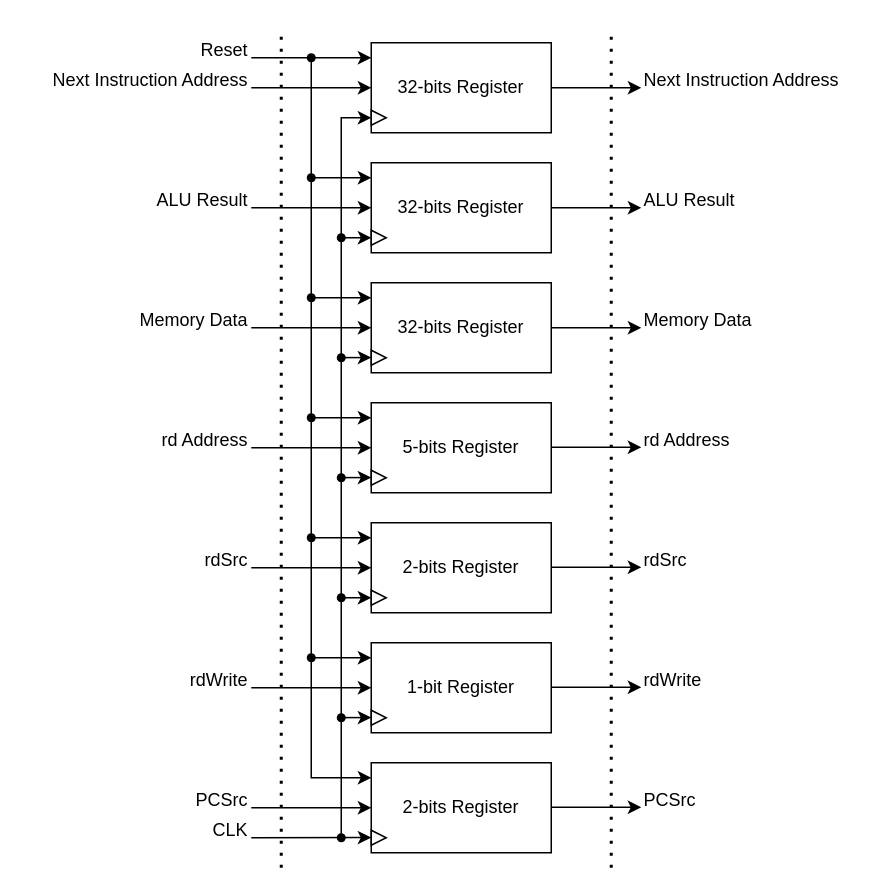
Above: page "MEM/WB Interstage Registers" (9 of 9) of docs/imgs/hardware_design/Component.drawio in WachirawichN/C0-CPU (draw.io), before the change. Source tidied: cells renumbered, new cells numbered last; positions are measured from the earlier drawing's top-left corner, leaving out a move shared by most shapes. Both pictures are drawn from the tidied source at 150%, with x=0, y=0 at pixel (26, 27).
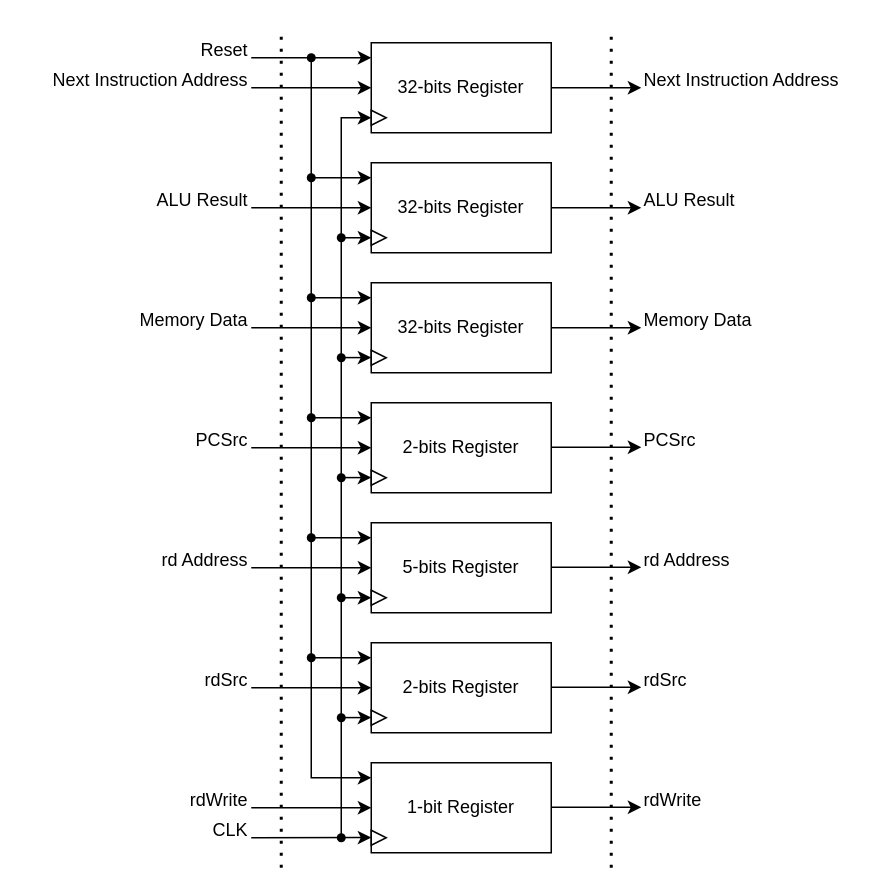
The same page after the edit.

The change refers to these unchanged cells:
```xml
<mxCell id="11" style="shape=waypoint;sketch=0;fillStyle=solid;size=6;points=[];fillColor=none;perimeter=centerPerimeter;snapToPoint=1;" parent="1" vertex="1">
  <mxGeometry x="180" y="10" width="20" height="20" as="geometry" />
</mxCell>
<mxCell id="32" value="2-bits Register" style="rounded=0;whiteSpace=wrap;html=1;" parent="31" vertex="1">
  <mxGeometry width="120" height="60" as="geometry" />
</mxCell>
```

Change to the diagram source:
```diff
@@
-    <mxCell id="12" style="endArrow=classic;html=1;rounded=0;entryX=0;entryY=0.167;entryDx=0;entryDy=0;entryPerimeter=0;" parent="1" edge="1" source="11" target="32">
+    <mxCell id="12" style="endArrow=classic;html=1;rounded=0;" parent="1" edge="1" source="11">
       <mxGeometry relative="1" as="geometry">
+        <mxPoint x="230" y="500" as="targetPoint" />
         <Array as="points">
           <mxPoint x="190" y="500" />
         </Array>
       </mxGeometry>
     </mxCell>
@@
     <mxCell id="22" style="group;" parent="1" vertex="1">
-      <mxGeometry x="230" y="250" width="120" height="60" as="geometry" />
+      <mxGeometry x="230" y="330" width="120" height="60" as="geometry" />
     </mxCell>
@@
     <mxCell id="25" style="group;" parent="1" vertex="1">
-      <mxGeometry x="230" y="330" width="120" height="60" as="geometry" />
+      <mxGeometry x="230" y="410" width="120" height="60" as="geometry" />
     </mxCell>
@@
     <mxCell id="28" style="group;" parent="1" vertex="1">
-      <mxGeometry x="230" y="410" width="120" height="60" as="geometry" />
+      <mxGeometry x="230" y="490" width="120" height="60" as="geometry" />
     </mxCell>
@@
     <mxCell id="31" style="group;" parent="1" vertex="1">
-      <mxGeometry x="230" y="490" width="120" height="60" as="geometry" />
+      <mxGeometry x="230" y="250" width="120" height="60" as="geometry" />
     </mxCell>
@@
     <mxCell id="54" value="rd Address" style="text;html=1;whiteSpace=wrap;strokeColor=none;fillColor=none;align=right;verticalAlign=middle;rounded=0;" parent="1" vertex="1">
-      <mxGeometry y="270" width="150" height="10" as="geometry" />
+      <mxGeometry y="350" width="150" height="10" as="geometry" />
     </mxCell>
@@
     <mxCell id="56" value="&lt;span style=&quot;text-align: center;&quot;&gt;rdSrc&lt;/span&gt;" style="text;html=1;whiteSpace=wrap;strokeColor=none;fillColor=none;align=right;verticalAlign=middle;rounded=0;" parent="1" vertex="1">
-      <mxGeometry y="350" width="150" height="10" as="geometry" />
+      <mxGeometry y="430" width="150" height="10" as="geometry" />
     </mxCell>
@@
     <mxCell id="59" value="&lt;span style=&quot;text-align: center;&quot;&gt;PCSrc&lt;/span&gt;" style="text;html=1;whiteSpace=wrap;strokeColor=none;fillColor=none;align=right;verticalAlign=middle;rounded=0;" parent="1" vertex="1">
-      <mxGeometry y="510" width="150" height="10" as="geometry" />
+      <mxGeometry y="270" width="150" height="10" as="geometry" />
     </mxCell>
     <mxCell id="60" value="&lt;span style=&quot;text-align: center;&quot;&gt;rdWrite&lt;/span&gt;" style="text;html=1;whiteSpace=wrap;strokeColor=none;fillColor=none;align=right;verticalAlign=middle;rounded=0;" parent="1" vertex="1">
-      <mxGeometry y="430" width="150" height="10" as="geometry" />
+      <mxGeometry y="510" width="150" height="10" as="geometry" />
     </mxCell>
@@
     <mxCell id="63" value="&lt;span style=&quot;text-align: center;&quot;&gt;rdSrc&lt;/span&gt;" style="text;html=1;whiteSpace=wrap;strokeColor=none;fillColor=none;align=left;verticalAlign=middle;rounded=0;" parent="1" vertex="1">
-      <mxGeometry x="410" y="349.7" width="150" height="10" as="geometry" />
+      <mxGeometry x="410" y="429.7" width="150" height="10" as="geometry" />
     </mxCell>
     <mxCell id="64" value="&lt;span style=&quot;text-align: right;&quot;&gt;rd Address&lt;/span&gt;" style="text;html=1;whiteSpace=wrap;strokeColor=none;fillColor=none;align=left;verticalAlign=middle;rounded=0;" parent="1" vertex="1">
-      <mxGeometry x="410" y="269.7" width="150" height="10" as="geometry" />
+      <mxGeometry x="410" y="349.7" width="150" height="10" as="geometry" />
     </mxCell>
@@
     <mxCell id="67" value="&lt;span style=&quot;text-align: center;&quot;&gt;PCSrc&lt;/span&gt;" style="text;html=1;whiteSpace=wrap;strokeColor=none;fillColor=none;align=left;verticalAlign=middle;rounded=0;" parent="1" vertex="1">
-      <mxGeometry x="410" y="509.7" width="150" height="10" as="geometry" />
+      <mxGeometry x="410" y="269.7" width="150" height="10" as="geometry" />
     </mxCell>
     <mxCell id="68" value="&lt;span style=&quot;text-align: center;&quot;&gt;rdWrite&lt;/span&gt;" style="text;html=1;whiteSpace=wrap;strokeColor=none;fillColor=none;align=left;verticalAlign=middle;rounded=0;" parent="1" vertex="1">
-      <mxGeometry x="410" y="429.7" width="150" height="10" as="geometry" />
+      <mxGeometry x="410" y="509.7" width="150" height="10" as="geometry" />
     </mxCell>
```
